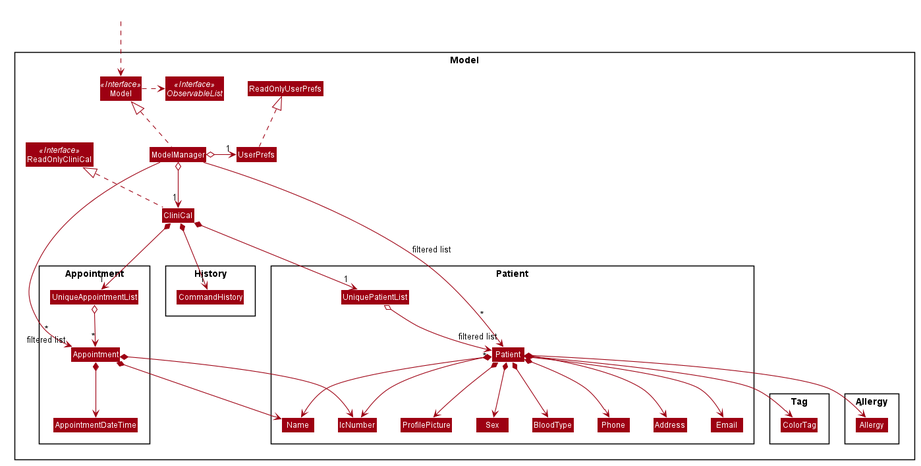
This is docs/images/ModelClassDiagram.png from nus-cs2103-AY2021S1/tp, a PlantUML export, as it was before one commit.
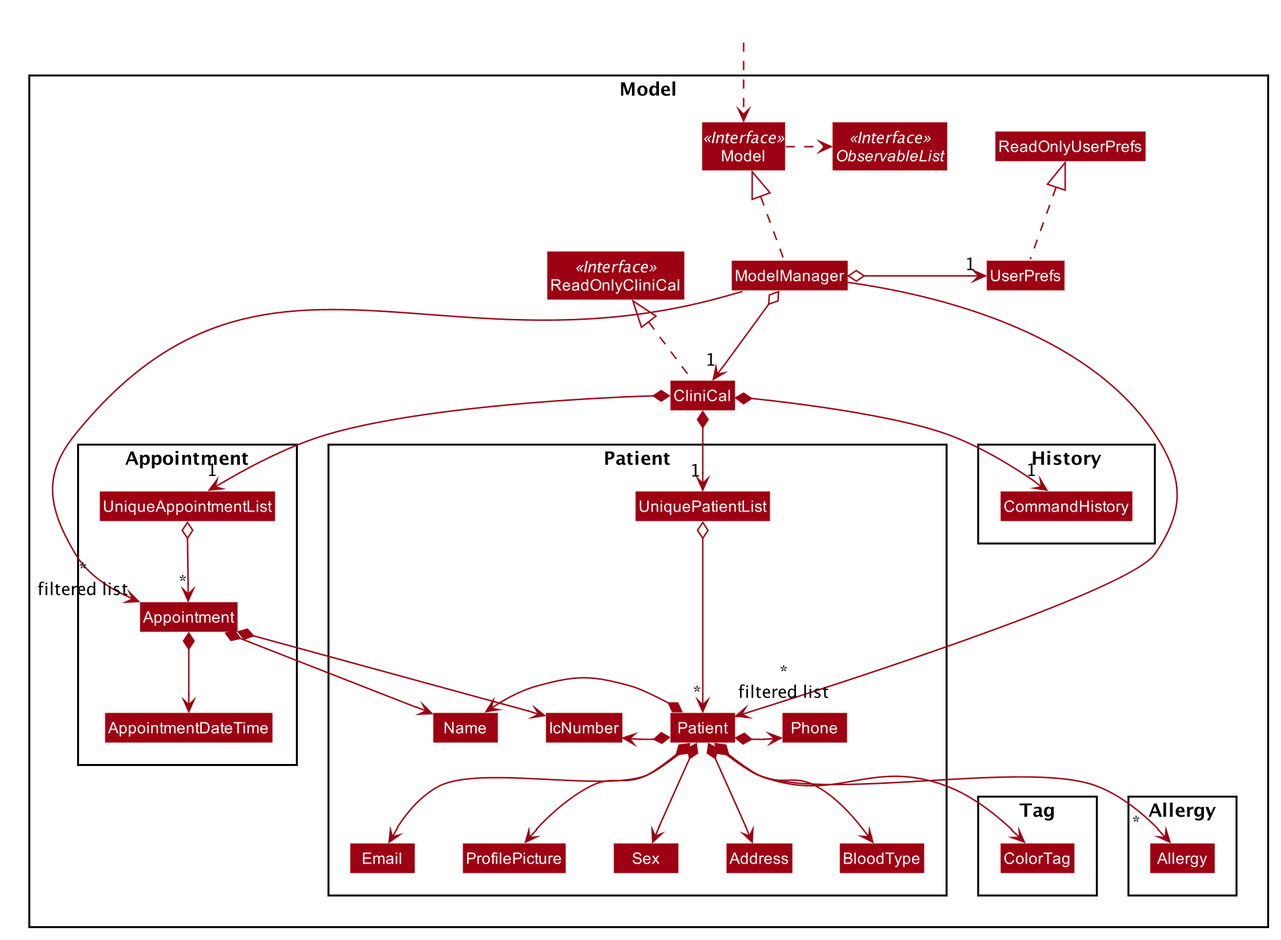
After the change.

What changed in the source:
```diff
@@ -107,7 +107,7 @@
 
 CliniCal *--> "1" UniquePatientList
 CliniCal *--> "1" CommandHistory
-UniquePatientList o--> "*" Patient
+UniquePatientList o-down--> "*" Patient
 Patient *--> Name
 Patient *--> Phone
 Patient *--> IcNumber
@@ -116,17 +116,16 @@
 Patient *--> ProfilePicture
 Patient *--> Sex
 Patient *--> BloodType
-Patient *--> "*" Allergy
+Patient *--> "                      \n*" Allergy
 Patient *--> ColorTag
 
-Name -[hidden]right-> Phone
-Phone -[hidden]right-> IcNumber
-IcNumber -[hidden]right-> Address
-Address -[hidden]right-> Email
-Email -[hidden]right-> ProfilePicture
-ProfilePicture -[hidden]right-> Sex
-Sex -[hidden]right-> BloodType
-Allergy -[hidden]right-> BloodType
+Name -[hidden]right> Patient
+IcNumber -[hidden]right> Patient
+Phone -[hidden]left> Patient
+BloodType -[hidden]right> Email
+Email -[hidden]right> ProfilePicture
+ProfilePicture -[hidden]right> Sex
+Sex -[hidden]right> BloodType
 
 CliniCal *--> "1" UniqueAppointmentList
 UniqueAppointmentList o--> "*" Appointment
@@ -134,6 +133,6 @@
 Appointment *--> Name
 Appointment *--> IcNumber
 
-ModelManager -->"   *\n\nfiltered list" Patient : filtered list
+ModelManager -->"*\nfiltered list" Patient
 ModelManager -->"*\nfiltered list" Appointment
 @enduml
```
